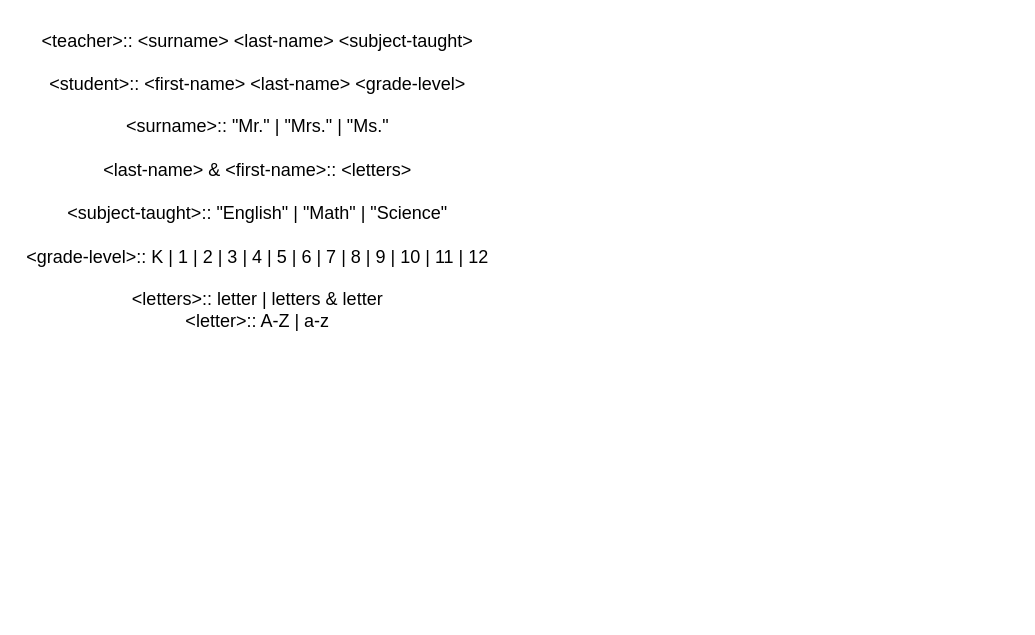
The draw.io diagram page "Bnf" (3 of 3) of CSCS1240Notes.drawio in patrick965/CSCS1240S21, before the edit. Source tidied: cells renumbered, new cells numbered last; positions are measured from the earlier drawing's top-left corner, leaving out a move shared by most shapes. Both pictures are drawn from the tidied source at 150%, with x=0, y=0 at pixel (32, 30).
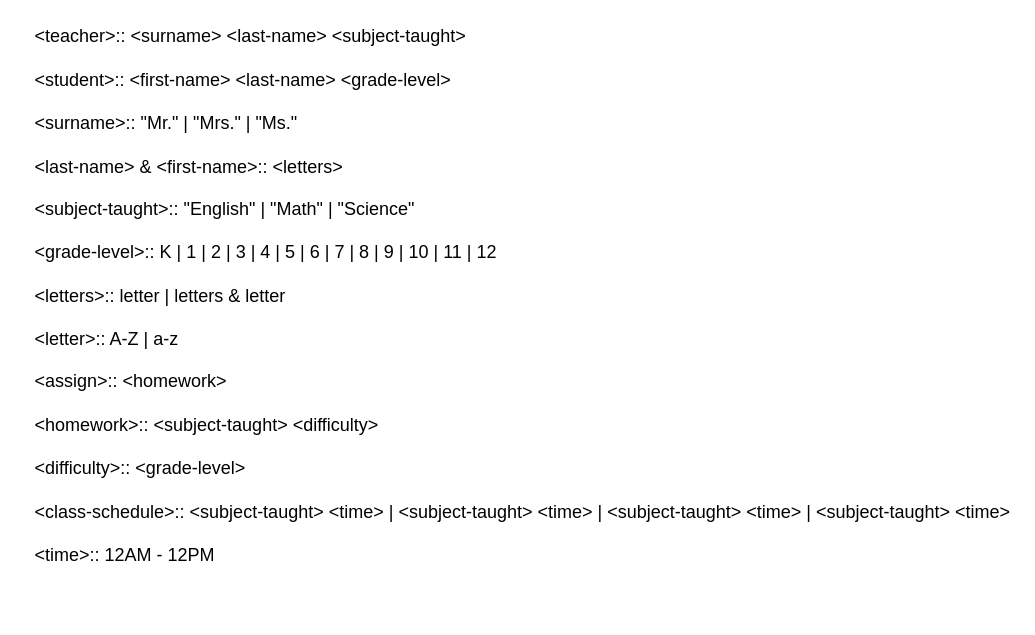
The same page after the edit.

What changed in the source:
```diff
@@
 <mxGraphModel>
   <root>
     <mxCell id="0" />
     <mxCell id="1" parent="0" />
-    <mxCell id="2" value="&lt;div&gt;&amp;lt;teacher&amp;gt;:: &amp;lt;surname&amp;gt; &amp;lt;last-name&amp;gt; &amp;lt;subject-taught&amp;gt;&lt;/div&gt;&lt;div&gt;&lt;br&gt;&lt;/div&gt;&lt;div&gt;&amp;lt;student&amp;gt;:: &amp;lt;first-name&amp;gt; &amp;lt;last-name&amp;gt; &amp;lt;grade-level&amp;gt;&lt;/div&gt;&lt;div&gt;&lt;br&gt;&lt;/div&gt;&lt;div&gt;&amp;lt;surname&amp;gt;:: &quot;Mr.&quot; | &quot;Mrs.&quot; | &quot;Ms.&quot;&lt;/div&gt;&lt;div&gt;&lt;br&gt;&lt;/div&gt;&lt;div&gt;&amp;lt;last-name&amp;gt; &amp;amp; &amp;lt;first-name&amp;gt;:: &amp;lt;letters&amp;gt;&lt;/div&gt;&lt;div&gt;&lt;br&gt;&lt;/div&gt;&lt;div&gt;&amp;lt;subject-taught&amp;gt;:: &quot;English&quot; | &quot;Math&quot; | &quot;Science&quot;&lt;/div&gt;&lt;div&gt;&lt;br&gt;&lt;/div&gt;&lt;div&gt;&amp;lt;grade-level&amp;gt;:: K | 1 | 2 | 3 | 4 | 5 | 6 | 7 | 8 | 9 | 10 | 11 | 12&lt;/div&gt;&lt;div&gt;&lt;br&gt;&lt;/div&gt;&lt;div&gt;&amp;lt;letters&amp;gt;:: letter | letters &amp;amp; letter&lt;/div&gt;&lt;div&gt;&amp;lt;letter&amp;gt;:: A-Z | a-z&lt;br&gt;&lt;/div&gt;" style="text;html=1;align=center;verticalAlign=middle;" parent="1" vertex="1">
-      <mxGeometry width="300" height="200" as="geometry" />
+    <mxCell id="2" value="&lt;div align=&quot;left&quot;&gt;&amp;lt;teacher&amp;gt;:: &amp;lt;surname&amp;gt; &amp;lt;last-name&amp;gt; &amp;lt;subject-taught&amp;gt;&lt;/div&gt;&lt;div align=&quot;left&quot;&gt;&lt;br&gt;&lt;/div&gt;&lt;div align=&quot;left&quot;&gt;&amp;lt;student&amp;gt;:: &amp;lt;first-name&amp;gt; &amp;lt;last-name&amp;gt; &amp;lt;grade-level&amp;gt;&lt;/div&gt;&lt;div align=&quot;left&quot;&gt;&lt;br&gt;&lt;/div&gt;&lt;div align=&quot;left&quot;&gt;&amp;lt;surname&amp;gt;:: &quot;Mr.&quot; | &quot;Mrs.&quot; | &quot;Ms.&quot;&lt;/div&gt;&lt;div align=&quot;left&quot;&gt;&lt;br&gt;&lt;/div&gt;&lt;div align=&quot;left&quot;&gt;&amp;lt;last-name&amp;gt; &amp;amp; &amp;lt;first-name&amp;gt;:: &amp;lt;letters&amp;gt;&lt;/div&gt;&lt;div align=&quot;left&quot;&gt;&lt;br&gt;&lt;/div&gt;&lt;div align=&quot;left&quot;&gt;&amp;lt;subject-taught&amp;gt;:: &quot;English&quot; | &quot;Math&quot; | &quot;Science&quot;&lt;/div&gt;&lt;div align=&quot;left&quot;&gt;&lt;br&gt;&lt;/div&gt;&lt;div align=&quot;left&quot;&gt;&amp;lt;grade-level&amp;gt;:: K | 1 | 2 | 3 | 4 | 5 | 6 | 7 | 8 | 9 | 10 | 11 | 12&lt;/div&gt;&lt;div align=&quot;left&quot;&gt;&lt;br&gt;&lt;/div&gt;&lt;div align=&quot;left&quot;&gt;&amp;lt;letters&amp;gt;:: letter | letters &amp;amp; letter&lt;/div&gt;&lt;div align=&quot;left&quot;&gt;&lt;br&gt;&lt;/div&gt;&lt;div align=&quot;left&quot;&gt;&amp;lt;letter&amp;gt;:: A-Z | a-z&lt;/div&gt;&lt;div align=&quot;left&quot;&gt;&lt;br&gt;&lt;/div&gt;&lt;div align=&quot;left&quot;&gt;&amp;lt;assign&amp;gt;:: &amp;lt;homework&amp;gt;&lt;/div&gt;&lt;div align=&quot;left&quot;&gt;&lt;br&gt;&lt;/div&gt;&lt;div align=&quot;left&quot;&gt;&amp;lt;homework&amp;gt;:: &amp;lt;subject-taught&amp;gt; &amp;lt;difficulty&amp;gt;&lt;/div&gt;&lt;div align=&quot;left&quot;&gt;&lt;br&gt;&lt;/div&gt;&lt;div align=&quot;left&quot;&gt;&amp;lt;difficulty&amp;gt;:: &amp;lt;grade-level&amp;gt;&lt;/div&gt;&lt;div align=&quot;left&quot;&gt;&lt;br&gt;&lt;/div&gt;&lt;div align=&quot;left&quot;&gt;&amp;lt;class-schedule&amp;gt;:: &amp;lt;subject-taught&amp;gt; &amp;lt;time&amp;gt; | &amp;lt;subject-taught&amp;gt; &amp;lt;time&amp;gt; | &amp;lt;subject-taught&amp;gt; &amp;lt;time&amp;gt; | &amp;lt;subject-taught&amp;gt; &amp;lt;time&amp;gt;&lt;/div&gt;&lt;div align=&quot;left&quot;&gt;&lt;br&gt;&lt;/div&gt;&lt;div align=&quot;left&quot;&gt;&amp;lt;time&amp;gt;:: 12AM - 12PM&lt;/div&gt;&lt;div align=&quot;left&quot;&gt;&lt;br&gt;&lt;/div&gt;&lt;div align=&quot;left&quot;&gt;&lt;br&gt;&lt;/div&gt;" style="text;html=1;align=left;verticalAlign=middle;" parent="1" vertex="1">
+      <mxGeometry width="652" height="382" as="geometry" />
     </mxCell>
   </root>
 </mxGraphModel>
```
